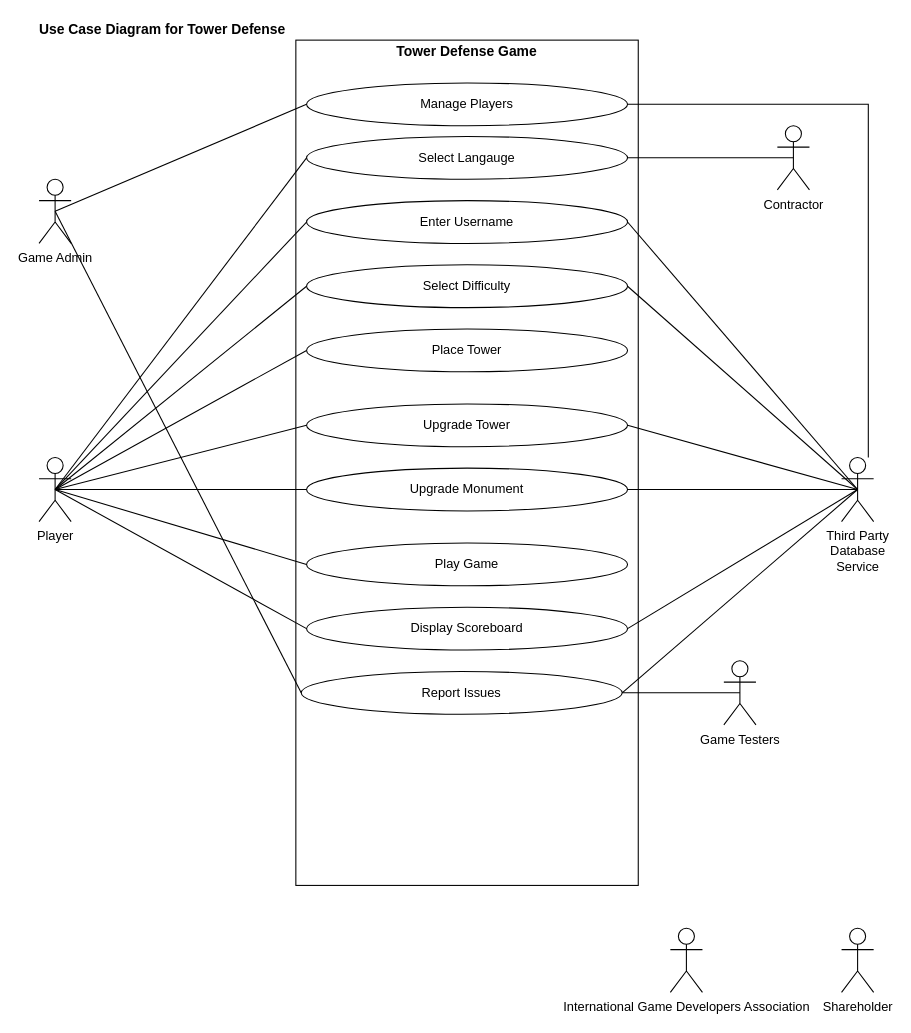
Before: Untitled Diagram.drawio in taehee5525/git_test, a draw.io diagram. Source tidied: cells renumbered, new cells numbered last; positions are measured from the earlier drawing's top-left corner, leaving out a move shared by most shapes. Both pictures are drawn from the tidied source at 107%, with x=0, y=0 at pixel (28, 18).
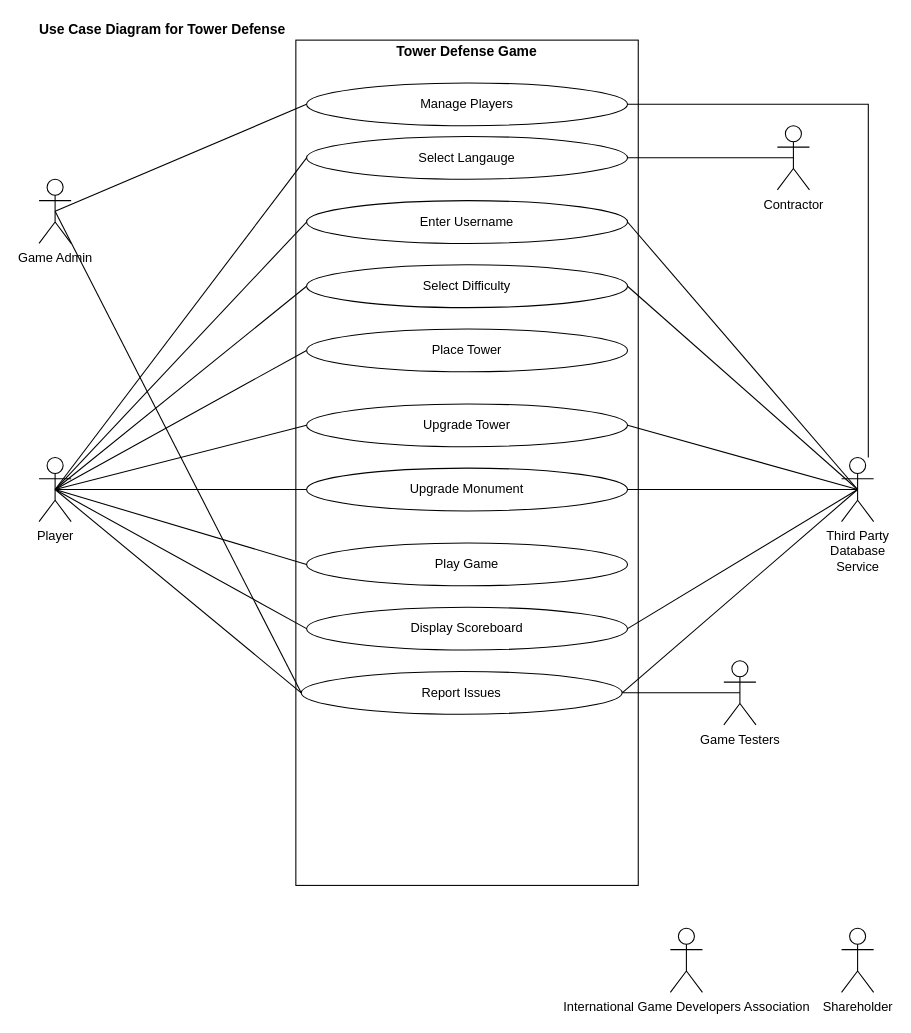
After the change.

Unchanged cells that the change refers to:
```xml
<mxCell id="3" value="Player" style="shape=umlActor;verticalLabelPosition=bottom;verticalAlign=top;html=1;outlineConnect=0;" parent="1" vertex="1">
  <mxGeometry x="10" y="410" width="30" height="60" as="geometry" />
</mxCell>
<mxCell id="33" value="Report Issues" style="ellipse;whiteSpace=wrap;html=1;" parent="1" vertex="1">
  <mxGeometry x="255" y="610" width="300" height="40" as="geometry" />
</mxCell>
```

What changed in the source:
```diff
@@
+    <mxCell id="41" style="endArrow=none;html=1;strokeColor=default;exitX=0.5;exitY=0.5;exitDx=0;exitDy=0;exitPerimeter=0;entryX=0;entryY=0.5;entryDx=0;entryDy=0;" parent="1" edge="1" source="3" target="33">
+      <mxGeometry relative="1" as="geometry" />
+    </mxCell>
```
